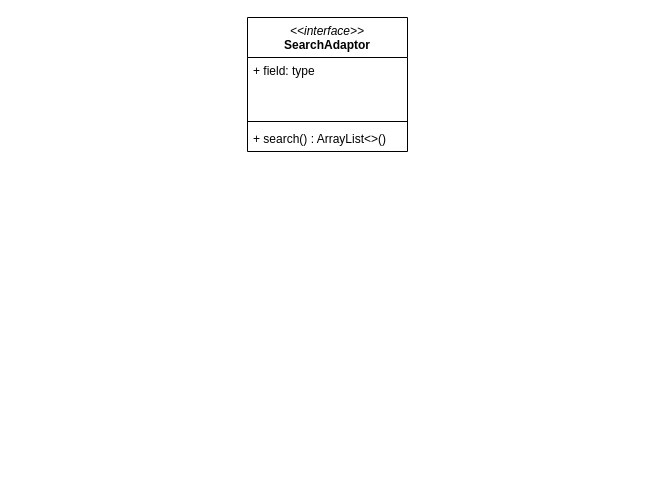
The draw.io diagram workshop8-week9.drawio in antonykimuom/SWEN30006-2025-SM1-workshop1-tuew05-14-00-team-12, before the edit. Source tidied: cells renumbered, new cells numbered last; positions are measured from the earlier drawing's top-left corner, leaving out a move shared by most shapes. Both pictures are drawn from the tidied source at 100%, with x=0, y=0 at pixel (247, 17).
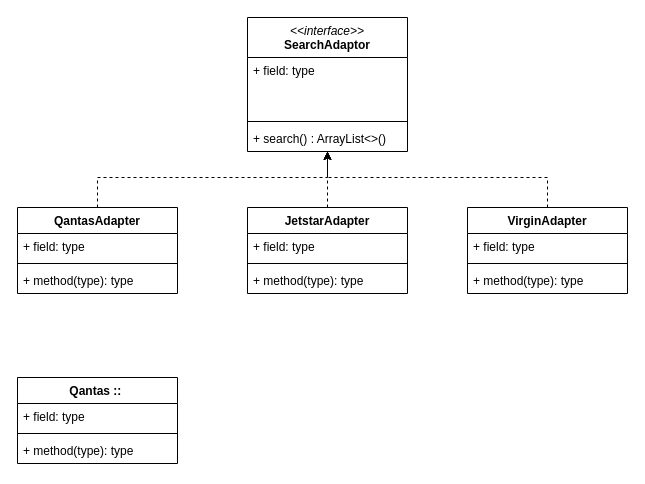
The same diagram, later.

Unchanged cells that the change refers to:
```xml
<mxCell id="2" value="&lt;div&gt;&lt;span style=&quot;font-weight: normal;&quot;&gt;&lt;i&gt;&amp;lt;&amp;lt;interface&amp;gt;&amp;gt;&lt;/i&gt;&lt;/span&gt;&lt;/div&gt;SearchAdaptor" style="swimlane;fontStyle=1;align=center;verticalAlign=top;horizontal=1;startSize=40;whiteSpace=wrap;html=1;" parent="1" vertex="1">
  <mxGeometry width="160" height="134" as="geometry" />
</mxCell>
```

The edit, as a diff of the source:
```diff
@@
+    <mxCell id="6" style="edgeStyle=orthogonalEdgeStyle;rounded=0;jettySize=auto;html=1;dashed=1;" parent="1" edge="1" source="7" target="2">
+      <mxGeometry relative="1" as="geometry">
+        <Array as="points">
+          <mxPoint x="-150" y="160" />
+          <mxPoint x="80" y="160" />
+        </Array>
+      </mxGeometry>
+    </mxCell>
+    <mxCell id="7" value="QantasAdapter" style="swimlane;fontStyle=1;align=center;verticalAlign=top;horizontal=1;startSize=26;whiteSpace=wrap;html=1;" parent="1" vertex="1">
+      <mxGeometry x="-230" y="190" width="160" height="86" as="geometry" />
+    </mxCell>
+    <mxCell id="8" value="+ field: type" style="text;strokeColor=none;fillColor=none;align=left;verticalAlign=top;spacingLeft=4;spacingRight=4;overflow=hidden;whiteSpace=wrap;html=1;" parent="7" vertex="1">
+      <mxGeometry y="26" width="160" height="26" as="geometry" />
+    </mxCell>
+    <mxCell id="9" style="line;strokeWidth=1;fillColor=none;align=left;verticalAlign=middle;spacingTop=-1;spacingLeft=3;spacingRight=3;labelPosition=right;strokeColor=inherit;" parent="7" vertex="1">
+      <mxGeometry y="52" width="160" height="8" as="geometry" />
+    </mxCell>
+    <mxCell id="10" value="+ method(type): type" style="text;strokeColor=none;fillColor=none;align=left;verticalAlign=top;spacingLeft=4;spacingRight=4;overflow=hidden;whiteSpace=wrap;html=1;" parent="7" vertex="1">
+      <mxGeometry y="60" width="160" height="26" as="geometry" />
+    </mxCell>
@@
+    <mxCell id="11" style="edgeStyle=orthogonalEdgeStyle;rounded=0;jettySize=auto;html=1;dashed=1;" parent="1" edge="1" source="12" target="2">
+      <mxGeometry relative="1" as="geometry" />
+    </mxCell>
+    <mxCell id="12" value="JetstarAdapter" style="swimlane;fontStyle=1;align=center;verticalAlign=top;horizontal=1;startSize=26;whiteSpace=wrap;html=1;" parent="1" vertex="1">
+      <mxGeometry y="190" width="160" height="86" as="geometry" />
+    </mxCell>
+    <mxCell id="13" value="+ field: type" style="text;strokeColor=none;fillColor=none;align=left;verticalAlign=top;spacingLeft=4;spacingRight=4;overflow=hidden;whiteSpace=wrap;html=1;" parent="12" vertex="1">
+      <mxGeometry y="26" width="160" height="26" as="geometry" />
+    </mxCell>
+    <mxCell id="14" style="line;strokeWidth=1;fillColor=none;align=left;verticalAlign=middle;spacingTop=-1;spacingLeft=3;spacingRight=3;labelPosition=right;strokeColor=inherit;" parent="12" vertex="1">
+      <mxGeometry y="52" width="160" height="8" as="geometry" />
+    </mxCell>
+    <mxCell id="15" value="+ method(type): type" style="text;strokeColor=none;fillColor=none;align=left;verticalAlign=top;spacingLeft=4;spacingRight=4;overflow=hidden;whiteSpace=wrap;html=1;" parent="12" vertex="1">
+      <mxGeometry y="60" width="160" height="26" as="geometry" />
+    </mxCell>
+    <mxCell id="16" style="edgeStyle=orthogonalEdgeStyle;rounded=0;jettySize=auto;html=1;dashed=1;" parent="1" edge="1" source="17" target="2">
+      <mxGeometry relative="1" as="geometry">
+        <Array as="points">
+          <mxPoint x="300" y="160" />
+          <mxPoint x="80" y="160" />
+        </Array>
+      </mxGeometry>
+    </mxCell>
+    <mxCell id="17" value="VirginAdapter" style="swimlane;fontStyle=1;align=center;verticalAlign=top;horizontal=1;startSize=26;whiteSpace=wrap;html=1;" parent="1" vertex="1">
+      <mxGeometry x="220" y="190" width="160" height="86" as="geometry" />
+    </mxCell>
+    <mxCell id="18" value="+ field: type" style="text;strokeColor=none;fillColor=none;align=left;verticalAlign=top;spacingLeft=4;spacingRight=4;overflow=hidden;whiteSpace=wrap;html=1;" parent="17" vertex="1">
+      <mxGeometry y="26" width="160" height="26" as="geometry" />
+    </mxCell>
+    <mxCell id="19" style="line;strokeWidth=1;fillColor=none;align=left;verticalAlign=middle;spacingTop=-1;spacingLeft=3;spacingRight=3;labelPosition=right;strokeColor=inherit;" parent="17" vertex="1">
+      <mxGeometry y="52" width="160" height="8" as="geometry" />
+    </mxCell>
+    <mxCell id="20" value="+ method(type): type" style="text;strokeColor=none;fillColor=none;align=left;verticalAlign=top;spacingLeft=4;spacingRight=4;overflow=hidden;whiteSpace=wrap;html=1;" parent="17" vertex="1">
+      <mxGeometry y="60" width="160" height="26" as="geometry" />
+    </mxCell>
+    <mxCell id="21" value="Qantas ::&amp;nbsp;" style="swimlane;fontStyle=1;align=center;verticalAlign=top;horizontal=1;startSize=26;whiteSpace=wrap;html=1;" parent="1" vertex="1">
+      <mxGeometry x="-230" y="360" width="160" height="86" as="geometry" />
+    </mxCell>
+    <mxCell id="22" value="+ field: type" style="text;strokeColor=none;fillColor=none;align=left;verticalAlign=top;spacingLeft=4;spacingRight=4;overflow=hidden;whiteSpace=wrap;html=1;" parent="21" vertex="1">
+      <mxGeometry y="26" width="160" height="26" as="geometry" />
+    </mxCell>
+    <mxCell id="23" style="line;strokeWidth=1;fillColor=none;align=left;verticalAlign=middle;spacingTop=-1;spacingLeft=3;spacingRight=3;labelPosition=right;strokeColor=inherit;" parent="21" vertex="1">
+      <mxGeometry y="52" width="160" height="8" as="geometry" />
+    </mxCell>
+    <mxCell id="24" value="+ method(type): type" style="text;strokeColor=none;fillColor=none;align=left;verticalAlign=top;spacingLeft=4;spacingRight=4;overflow=hidden;whiteSpace=wrap;html=1;" parent="21" vertex="1">
+      <mxGeometry y="60" width="160" height="26" as="geometry" />
+    </mxCell>
```
